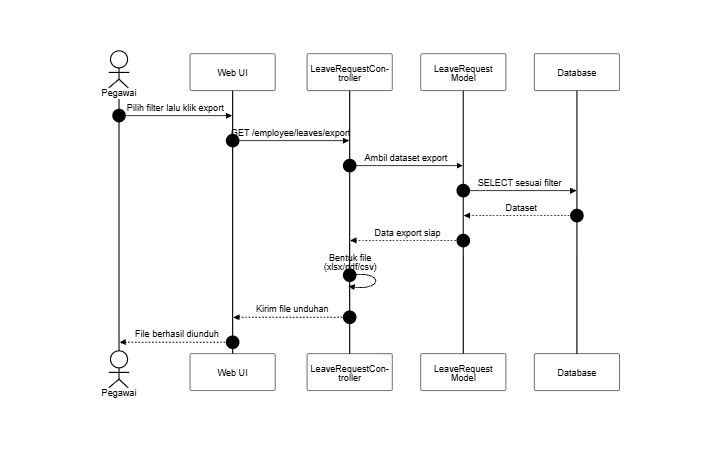
Above: docs/SequenceDiagram/PNG_Transparent/PengajuanPermintaanCuti-EskportPengajuan.png in SulaimanHafi23/SimpegRSHDI (Mermaid), before the change. Its source is kept beside it as docs/SequenceDiagram/PengajuanPermintaanCuti-EskportPengajuan.mermaid.
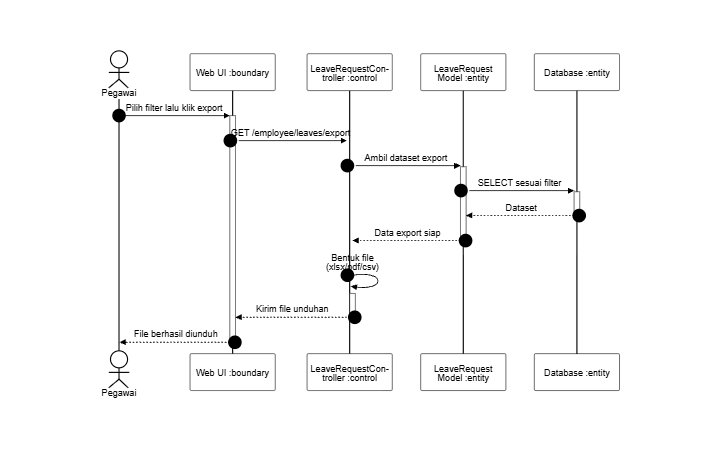
After the commit.

Change to the diagram source:
```diff
@@ -2,17 +2,17 @@
 sequenceDiagram
     autonumber
     actor A as Pegawai
-    participant UI as Web UI
-    participant C as LeaveRequestController
-    participant M as LeaveRequest Model
-    participant DB as Database
+    participant UI as Web UI :boundary
+    participant C as LeaveRequestController :control
+    participant M as LeaveRequest Model :entity
+    participant DB as Database :entity
 
-    A->>UI: Pilih filter lalu klik export
-    UI->>C: GET /employee/leaves/export
-    C->>M: Ambil dataset export
-    M->>DB: SELECT sesuai filter
-    DB-->>M: Dataset
-    M-->>C: Data export siap
-    C->>C: Bentuk file (xlsx/pdf/csv)
-    C-->>UI: Kirim file unduhan
-    UI-->>A: File berhasil diunduh
+    A->>+UI: Pilih filter lalu klik export
+    UI->>+C: GET /employee/leaves/export
+    C->>+M: Ambil dataset export
+    M->>+DB: SELECT sesuai filter
+    DB-->>-M: Dataset
+    M-->>-C: Data export siap
+    C->>+C: Bentuk file (xlsx/pdf/csv)
+    C-->>-UI: Kirim file unduhan
+    UI-->>-A: File berhasil diunduh
```
